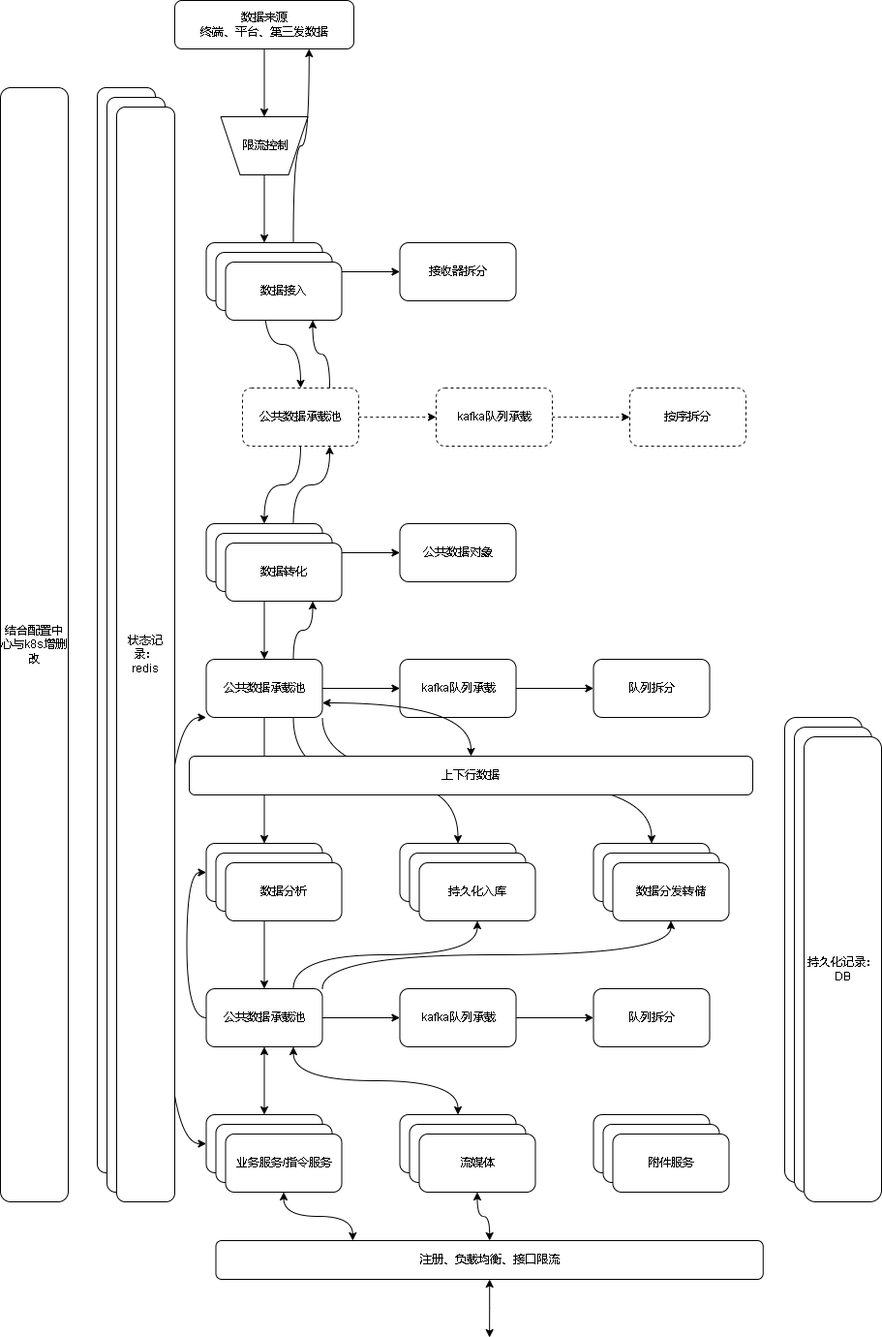
Before: 808后台架构.drawio.png, a diagram exported from draw.io (xktder/draw). Source tidied: cells renumbered, new cells last; positions are measured from the earlier drawing's top-left corner, leaving out a move shared by most shapes.
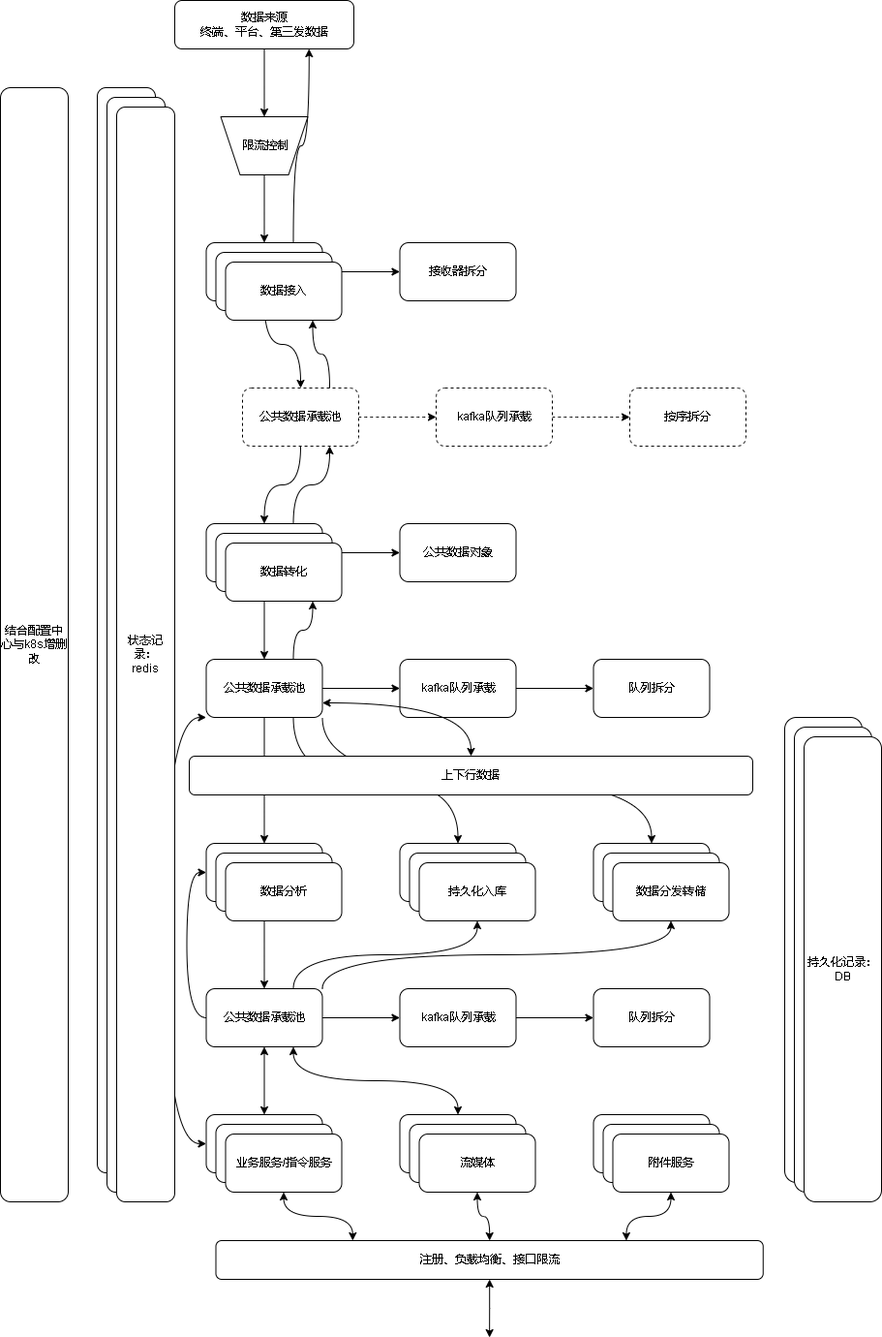
The same diagram one commit later.

Commit message:
更新808后台架构.drawio.png

What changed in the source:
```diff
@@ -226,6 +226,9 @@
     <mxCell id="74" value="流媒体" style="rounded=1;whiteSpace=wrap;html=1;" parent="1" vertex="1">
       <mxGeometry x="622.5" y="1160" width="120" height="60" as="geometry" />
     </mxCell>
+    <mxCell id="80" style="edgeStyle=orthogonalEdgeStyle;curved=1;rounded=0;jettySize=auto;html=1;entryX=0.75;entryY=0;entryDx=0;entryDy=0;startArrow=classic;startFill=1;" parent="1" edge="1" source="75" target="79">
+      <mxGeometry relative="1" as="geometry" />
+    </mxCell>
     <mxCell id="75" value="附件服务" style="rounded=1;whiteSpace=wrap;html=1;" parent="1" vertex="1">
       <mxGeometry x="632.5" y="1170" width="120" height="60" as="geometry" />
     </mxCell>
```
